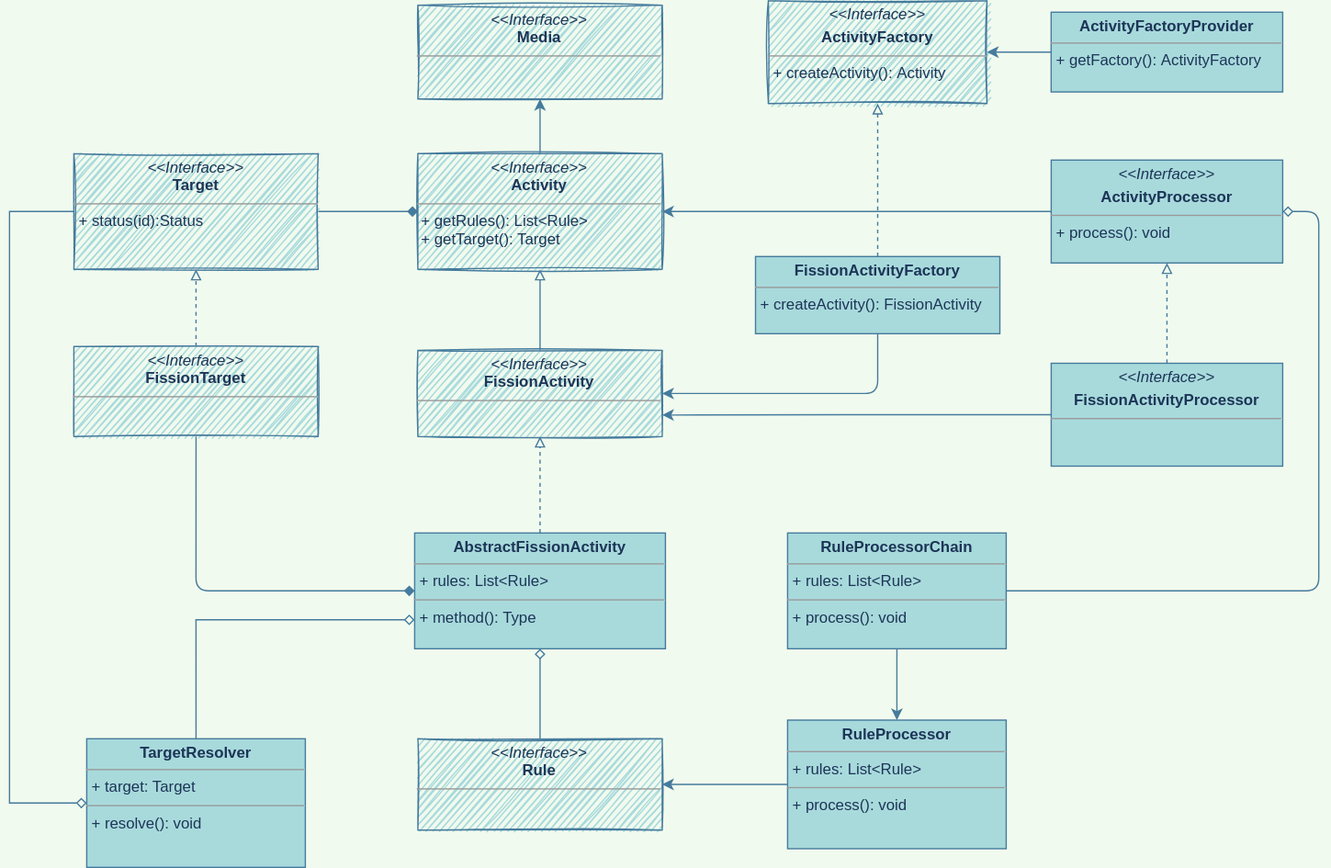
The draw.io diagram fission activity.svg in jingwux/diagrams, before a commit. Source tidied: cells renumbered, new cells last; positions are measured from the earlier drawing's top-left corner, leaving out a move shared by most shapes.
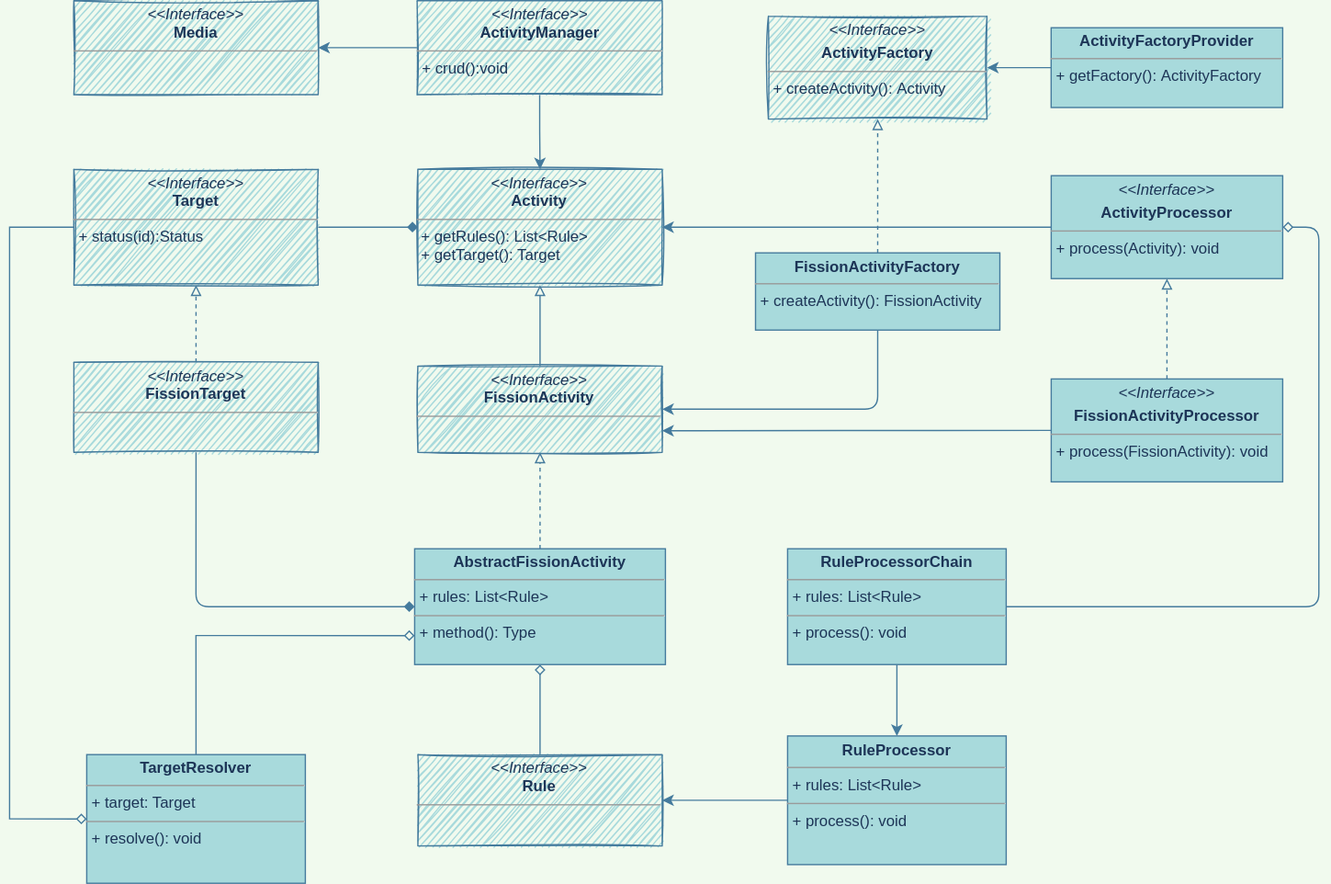
Above is the later version.

Diff of the diagram source:
```diff
@@ -11,9 +11,6 @@
     <mxCell id="4" style="edgeStyle=orthogonalEdgeStyle;rounded=1;jettySize=auto;html=1;endArrow=none;endFill=0;strokeColor=#457B9D;fontColor=#1D3557;startArrow=diamond;startFill=1;exitX=0;exitY=0.5;exitDx=0;exitDy=0;labelBackgroundColor=#F1FAEE;entryX=1;entryY=0.5;entryDx=0;entryDy=0;" parent="1" edge="1" source="6" target="18">
       <mxGeometry relative="1" as="geometry" />
     </mxCell>
-    <mxCell id="5" style="edgeStyle=orthogonalEdgeStyle;rounded=0;jettySize=auto;html=1;exitX=0.5;exitY=0;exitDx=0;exitDy=0;entryX=0.5;entryY=1;entryDx=0;entryDy=0;strokeColor=#457B9D;fontColor=#1D3557;labelBackgroundColor=#F1FAEE;" parent="1" edge="1" source="6" target="22">
-      <mxGeometry relative="1" as="geometry" />
-    </mxCell>
     <mxCell id="6" value="&lt;p style=&quot;margin: 0px ; margin-top: 4px ; text-align: center&quot;&gt;&lt;i&gt;&amp;lt;&amp;lt;Interface&amp;gt;&amp;gt;&lt;/i&gt;&lt;br&gt;&lt;b&gt;Activity&lt;/b&gt;&lt;/p&gt;&lt;hr size=&quot;1&quot;&gt;&amp;nbsp;+ getRules(): List&amp;lt;Rule&amp;gt;&lt;br&gt;&amp;nbsp;+ getTarget(): Target&amp;nbsp;&lt;br&gt;&lt;p style=&quot;margin: 0px ; margin-left: 4px&quot;&gt;&lt;/p&gt;&lt;p style=&quot;margin: 0px ; margin-left: 4px&quot;&gt;&lt;/p&gt;" style="verticalAlign=top;align=left;overflow=fill;fontSize=12;fontFamily=Helvetica;html=1;fillColor=#A8DADC;strokeColor=#457B9D;fontColor=#1D3557;sketch=1;" parent="1" vertex="1">
       <mxGeometry x="317.4" y="119" width="190" height="90" as="geometry" />
     </mxCell>
@@ -61,7 +58,7 @@
       <mxGeometry relative="1" as="geometry" />
     </mxCell>
     <mxCell id="17" value="&lt;p style=&quot;margin: 0px ; margin-top: 4px ; text-align: center&quot;&gt;&lt;span style=&quot;font-weight: 700&quot;&gt;FissionActivityFactory&lt;/span&gt;&lt;br&gt;&lt;/p&gt;&lt;hr size=&quot;1&quot;&gt;&lt;p style=&quot;margin: 0px ; margin-left: 4px&quot;&gt;&lt;/p&gt;&lt;p style=&quot;margin: 0px ; margin-left: 4px&quot;&gt;+ createActivity():&amp;nbsp;&lt;span&gt;FissionActivity&lt;/span&gt;&lt;/p&gt;&lt;p style=&quot;margin: 0px ; margin-left: 4px&quot;&gt;&lt;br&gt;&lt;/p&gt;" style="verticalAlign=top;align=left;overflow=fill;fontSize=12;fontFamily=Helvetica;html=1;fillColor=#A8DADC;strokeColor=#457B9D;fontColor=#1D3557;sketch=0;" parent="1" vertex="1">
-      <mxGeometry x="580" y="199" width="190" height="60" as="geometry" />
+      <mxGeometry x="580" y="184" width="190" height="60" as="geometry" />
     </mxCell>
     <mxCell id="18" value="&lt;p style=&quot;margin: 0px ; margin-top: 4px ; text-align: center&quot;&gt;&lt;i&gt;&amp;lt;&amp;lt;Interface&amp;gt;&amp;gt;&lt;/i&gt;&lt;br&gt;&lt;b&gt;Target&lt;/b&gt;&lt;/p&gt;&lt;hr size=&quot;1&quot;&gt;&lt;p style=&quot;margin: 0px ; margin-left: 4px&quot;&gt;&lt;/p&gt;&lt;p style=&quot;margin: 0px ; margin-left: 4px&quot;&gt;+ status(id):Status&lt;/p&gt;" style="verticalAlign=top;align=left;overflow=fill;fontSize=12;fontFamily=Helvetica;html=1;fontColor=#1D3557;rounded=0;glass=0;sketch=1;fillColor=#A8DADC;strokeColor=#457B9D;" parent="1" vertex="1">
       <mxGeometry x="49.9" y="119" width="190" height="90" as="geometry" />
@@ -76,7 +73,7 @@
       <mxGeometry x="604.9" y="414" width="170" height="90" as="geometry" />
     </mxCell>
     <mxCell id="22" value="&lt;p style=&quot;margin: 0px ; margin-top: 4px ; text-align: center&quot;&gt;&lt;i&gt;&amp;lt;&amp;lt;Interface&amp;gt;&amp;gt;&lt;/i&gt;&lt;br&gt;&lt;b&gt;Media&lt;/b&gt;&lt;/p&gt;&lt;hr size=&quot;1&quot;&gt;&lt;p style=&quot;margin: 0px ; margin-left: 4px&quot;&gt;&lt;/p&gt;&lt;p style=&quot;margin: 0px ; margin-left: 4px&quot;&gt;&lt;br&gt;&lt;/p&gt;" style="verticalAlign=top;align=left;overflow=fill;fontSize=12;fontFamily=Helvetica;html=1;fillColor=#A8DADC;strokeColor=#457B9D;fontColor=#1D3557;sketch=1;" parent="1" vertex="1">
-      <mxGeometry x="317.4" y="3.5" width="190" height="73" as="geometry" />
+      <mxGeometry x="49.9" y="-12" width="190" height="73" as="geometry" />
     </mxCell>
     <mxCell id="23" style="edgeStyle=orthogonalEdgeStyle;rounded=0;jettySize=auto;html=1;exitX=0;exitY=0.5;exitDx=0;exitDy=0;fontColor=#1D3557;labelBackgroundColor=#F1FAEE;strokeColor=#457B9D;" parent="1" edge="1" source="24" target="19">
       <mxGeometry relative="1" as="geometry" />
@@ -98,7 +95,7 @@
     <mxCell id="27" style="edgeStyle=orthogonalEdgeStyle;curved=0;rounded=1;sketch=0;jettySize=auto;html=1;exitX=0;exitY=0.5;exitDx=0;exitDy=0;entryX=1;entryY=0.5;entryDx=0;entryDy=0;fontColor=#1D3557;strokeColor=#457B9D;fillColor=#A8DADC;" parent="1" edge="1" source="28" target="6">
       <mxGeometry relative="1" as="geometry" />
     </mxCell>
-    <mxCell id="28" value="&lt;p style=&quot;margin: 0px ; margin-top: 4px ; text-align: center&quot;&gt;&lt;i&gt;&amp;lt;&amp;lt;Interface&amp;gt;&amp;gt;&lt;/i&gt;&lt;span style=&quot;font-weight: 700&quot;&gt;&lt;br&gt;&lt;/span&gt;&lt;/p&gt;&lt;p style=&quot;margin: 0px ; margin-top: 4px ; text-align: center&quot;&gt;&lt;span style=&quot;font-weight: 700&quot;&gt;ActivityProcessor&lt;/span&gt;&lt;br&gt;&lt;/p&gt;&lt;hr size=&quot;1&quot;&gt;&lt;p style=&quot;margin: 0px ; margin-left: 4px&quot;&gt;&lt;/p&gt;&lt;p style=&quot;margin: 0px ; margin-left: 4px&quot;&gt;+ process(): void&lt;/p&gt;" style="verticalAlign=top;align=left;overflow=fill;fontSize=12;fontFamily=Helvetica;html=1;fillColor=#A8DADC;strokeColor=#457B9D;fontColor=#1D3557;" parent="1" vertex="1">
+    <mxCell id="28" value="&lt;p style=&quot;margin: 0px ; margin-top: 4px ; text-align: center&quot;&gt;&lt;i&gt;&amp;lt;&amp;lt;Interface&amp;gt;&amp;gt;&lt;/i&gt;&lt;span style=&quot;font-weight: 700&quot;&gt;&lt;br&gt;&lt;/span&gt;&lt;/p&gt;&lt;p style=&quot;margin: 0px ; margin-top: 4px ; text-align: center&quot;&gt;&lt;span style=&quot;font-weight: 700&quot;&gt;ActivityProcessor&lt;/span&gt;&lt;br&gt;&lt;/p&gt;&lt;hr size=&quot;1&quot;&gt;&lt;p style=&quot;margin: 0px ; margin-left: 4px&quot;&gt;&lt;/p&gt;&lt;p style=&quot;margin: 0px ; margin-left: 4px&quot;&gt;+ process(&lt;span&gt;Activity&lt;/span&gt;&lt;span&gt;): void&lt;/span&gt;&lt;/p&gt;" style="verticalAlign=top;align=left;overflow=fill;fontSize=12;fontFamily=Helvetica;html=1;fillColor=#A8DADC;strokeColor=#457B9D;fontColor=#1D3557;" parent="1" vertex="1">
       <mxGeometry x="809.9" y="124" width="180" height="80" as="geometry" />
     </mxCell>
     <mxCell id="29" value="&lt;p style=&quot;margin: 0px ; margin-top: 4px ; text-align: center&quot;&gt;&lt;i&gt;&amp;lt;&amp;lt;Interface&amp;gt;&amp;gt;&lt;/i&gt;&lt;span style=&quot;font-weight: 700&quot;&gt;&lt;br&gt;&lt;/span&gt;&lt;/p&gt;&lt;p style=&quot;margin: 0px ; margin-top: 4px ; text-align: center&quot;&gt;&lt;span style=&quot;font-weight: 700&quot;&gt;ActivityFactory&lt;/span&gt;&lt;br&gt;&lt;/p&gt;&lt;hr size=&quot;1&quot;&gt;&lt;p style=&quot;margin: 0px ; margin-left: 4px&quot;&gt;&lt;/p&gt;&lt;p style=&quot;margin: 0px ; margin-left: 4px&quot;&gt;+ createActivity():&amp;nbsp;&lt;span&gt;Activity&lt;/span&gt;&lt;/p&gt;&lt;p style=&quot;margin: 0px ; margin-left: 4px&quot;&gt;&lt;br&gt;&lt;/p&gt;" style="verticalAlign=top;align=left;overflow=fill;fontSize=12;fontFamily=Helvetica;html=1;fillColor=#A8DADC;strokeColor=#457B9D;fontColor=#1D3557;sketch=1;" parent="1" vertex="1">
@@ -110,7 +107,7 @@
     <mxCell id="31" style="edgeStyle=orthogonalEdgeStyle;curved=0;rounded=1;sketch=0;jettySize=auto;html=1;exitX=0.5;exitY=0;exitDx=0;exitDy=0;entryX=0.5;entryY=1;entryDx=0;entryDy=0;fontColor=#1D3557;strokeColor=#457B9D;fillColor=#A8DADC;endArrow=block;endFill=0;dashed=1;" parent="1" edge="1" source="32" target="28">
       <mxGeometry relative="1" as="geometry" />
     </mxCell>
-    <mxCell id="32" value="&lt;p style=&quot;margin: 0px ; margin-top: 4px ; text-align: center&quot;&gt;&lt;i&gt;&amp;lt;&amp;lt;Interface&amp;gt;&amp;gt;&lt;/i&gt;&lt;span style=&quot;font-weight: 700&quot;&gt;&lt;br&gt;&lt;/span&gt;&lt;/p&gt;&lt;p style=&quot;margin: 0px ; margin-top: 4px ; text-align: center&quot;&gt;&lt;span style=&quot;font-weight: 700&quot;&gt;FissionActivityProcessor&lt;/span&gt;&lt;br&gt;&lt;/p&gt;&lt;hr size=&quot;1&quot;&gt;&lt;p style=&quot;margin: 0px ; margin-left: 4px&quot;&gt;&lt;/p&gt;&lt;p style=&quot;margin: 0px ; margin-left: 4px&quot;&gt;&lt;br&gt;&lt;/p&gt;" style="verticalAlign=top;align=left;overflow=fill;fontSize=12;fontFamily=Helvetica;html=1;fillColor=#A8DADC;strokeColor=#457B9D;fontColor=#1D3557;" parent="1" vertex="1">
+    <mxCell id="32" value="&lt;p style=&quot;margin: 0px ; margin-top: 4px ; text-align: center&quot;&gt;&lt;i&gt;&amp;lt;&amp;lt;Interface&amp;gt;&amp;gt;&lt;/i&gt;&lt;span style=&quot;font-weight: 700&quot;&gt;&lt;br&gt;&lt;/span&gt;&lt;/p&gt;&lt;p style=&quot;margin: 0px ; margin-top: 4px ; text-align: center&quot;&gt;&lt;span style=&quot;font-weight: 700&quot;&gt;FissionActivityProcessor&lt;/span&gt;&lt;br&gt;&lt;/p&gt;&lt;hr size=&quot;1&quot;&gt;&lt;p style=&quot;margin: 0px ; margin-left: 4px&quot;&gt;&lt;/p&gt;&lt;p style=&quot;margin: 0px ; margin-left: 4px&quot;&gt;+ process(&lt;span&gt;FissionActivity): void&lt;/span&gt;&lt;br&gt;&lt;/p&gt;" style="verticalAlign=top;align=left;overflow=fill;fontSize=12;fontFamily=Helvetica;html=1;fillColor=#A8DADC;strokeColor=#457B9D;fontColor=#1D3557;" parent="1" vertex="1">
       <mxGeometry x="809.9" y="282" width="180" height="80" as="geometry" />
     </mxCell>
     <mxCell id="33" style="edgeStyle=orthogonalEdgeStyle;rounded=0;jettySize=auto;html=1;exitX=0;exitY=0.5;exitDx=0;exitDy=0;entryX=1;entryY=0.5;entryDx=0;entryDy=0;strokeColor=#457B9D;" parent="1" edge="1" source="34" target="29">
@@ -119,5 +116,14 @@
     <mxCell id="34" value="&lt;p style=&quot;margin: 0px ; margin-top: 4px ; text-align: center&quot;&gt;&lt;span style=&quot;font-weight: 700&quot;&gt;ActivityFactoryProvider&lt;/span&gt;&lt;br&gt;&lt;/p&gt;&lt;hr size=&quot;1&quot;&gt;&lt;p style=&quot;margin: 0px ; margin-left: 4px&quot;&gt;&lt;/p&gt;&lt;p style=&quot;margin: 0px ; margin-left: 4px&quot;&gt;+ getFactory():&amp;nbsp;&lt;span&gt;ActivityFactory&lt;/span&gt;&lt;/p&gt;" style="verticalAlign=top;align=left;overflow=fill;fontSize=12;fontFamily=Helvetica;html=1;fillColor=#A8DADC;strokeColor=#457B9D;fontColor=#1D3557;" parent="1" vertex="1">
       <mxGeometry x="809.9" y="9" width="180.1" height="62" as="geometry" />
     </mxCell>
+    <mxCell id="35" style="edgeStyle=orthogonalEdgeStyle;rounded=0;jettySize=auto;html=1;exitX=0.5;exitY=1;exitDx=0;exitDy=0;entryX=0.5;entryY=0;entryDx=0;entryDy=0;endArrow=classic;endFill=1;strokeColor=#457B9D;" parent="1" edge="1" source="37" target="6">
+      <mxGeometry relative="1" as="geometry" />
+    </mxCell>
+    <mxCell id="36" style="edgeStyle=orthogonalEdgeStyle;rounded=0;jettySize=auto;html=1;exitX=0;exitY=0.5;exitDx=0;exitDy=0;endArrow=classic;endFill=1;strokeColor=#457B9D;" parent="1" edge="1" source="37" target="22">
+      <mxGeometry relative="1" as="geometry" />
+    </mxCell>
+    <mxCell id="37" value="&lt;p style=&quot;margin: 0px ; margin-top: 4px ; text-align: center&quot;&gt;&lt;i&gt;&amp;lt;&amp;lt;Interface&amp;gt;&amp;gt;&lt;/i&gt;&lt;br&gt;&lt;b&gt;ActivityManager&lt;/b&gt;&lt;/p&gt;&lt;hr size=&quot;1&quot;&gt;&lt;p style=&quot;margin: 0px ; margin-left: 4px&quot;&gt;&lt;/p&gt;&lt;p style=&quot;margin: 0px ; margin-left: 4px&quot;&gt;+ crud():void&lt;/p&gt;" style="verticalAlign=top;align=left;overflow=fill;fontSize=12;fontFamily=Helvetica;html=1;fillColor=#A8DADC;strokeColor=#457B9D;fontColor=#1D3557;sketch=1;" parent="1" vertex="1">
+      <mxGeometry x="316.9" y="-12" width="190.6" height="73" as="geometry" />
+    </mxCell>
   </root>
 </mxGraphModel>
```
